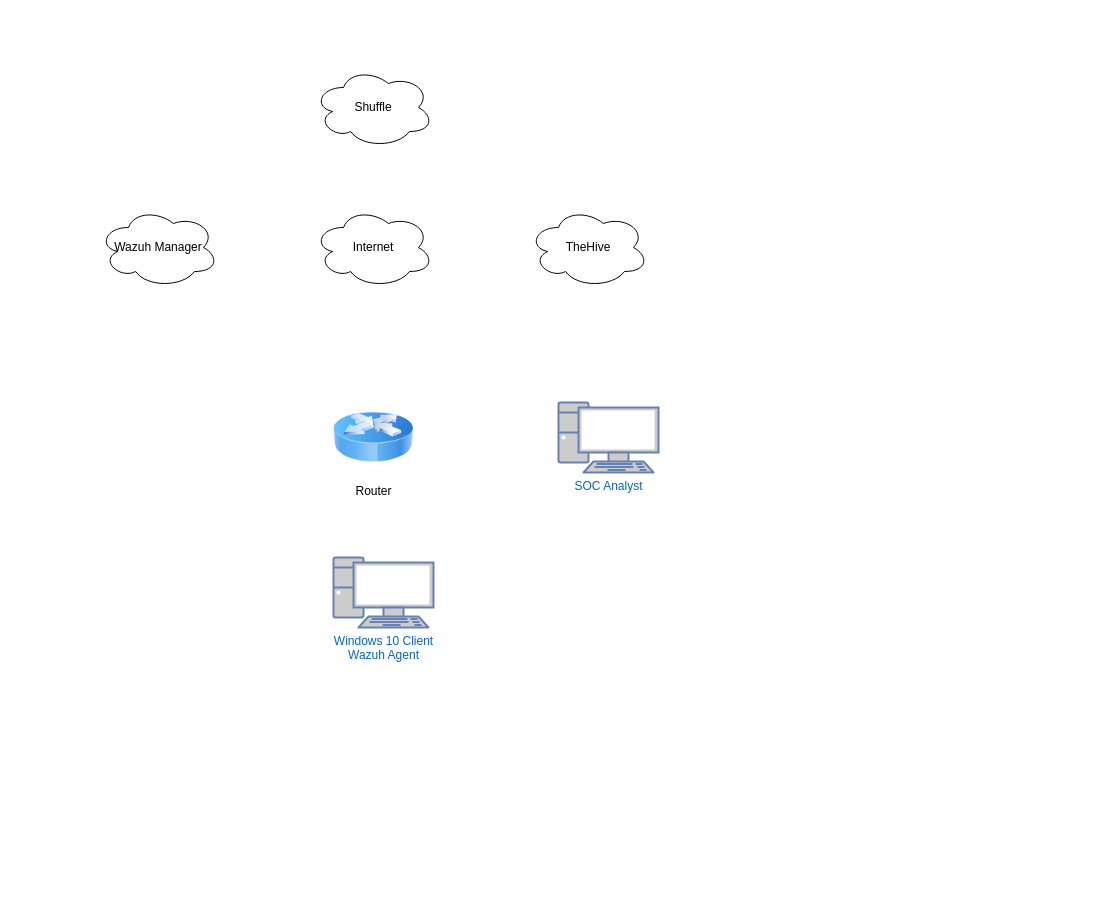
Earlier version of the draw.io diagram SOC Automation Project.drawio (CyberSecureAI/CyberSecureAI). Source tidied: cells renumbered, new cells numbered last; positions are measured from the earlier drawing's top-left corner, leaving out a move shared by most shapes. Both pictures are drawn from the tidied source at 100%, with x=0, y=0 at pixel (98, 67).
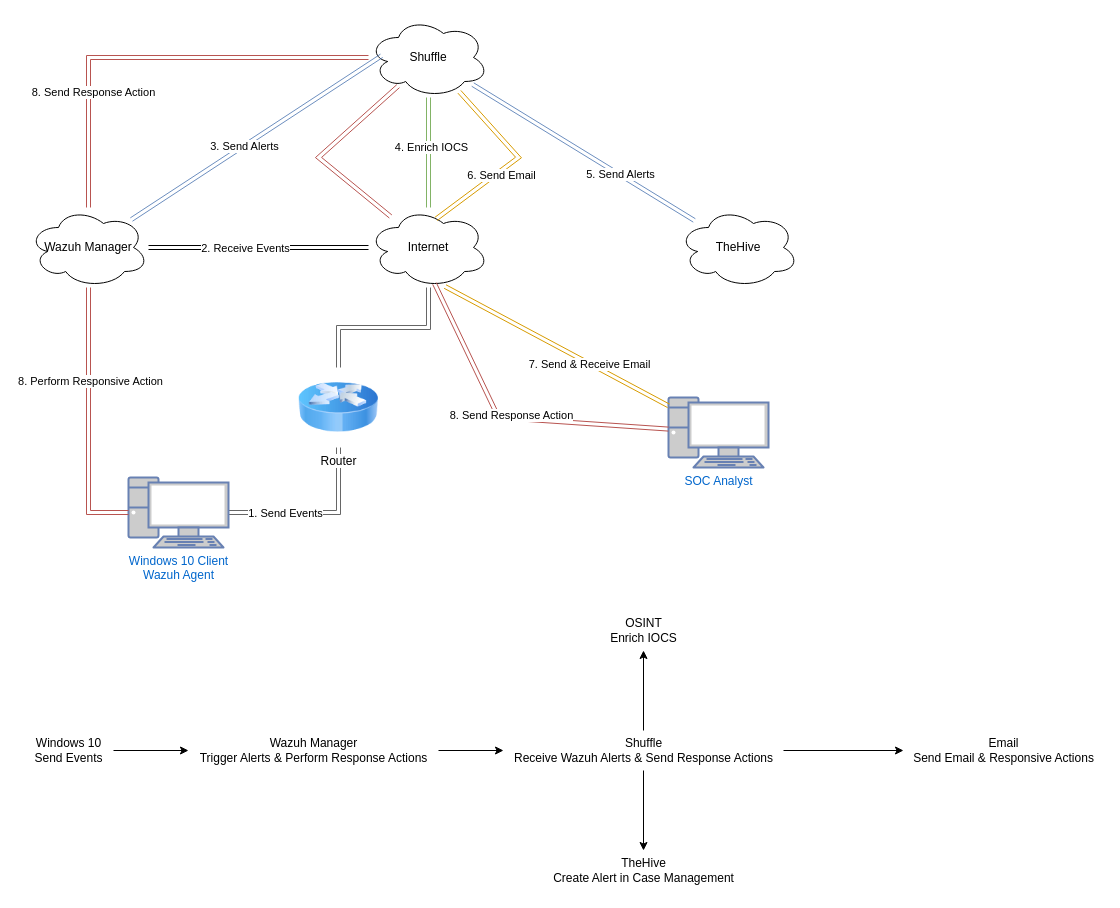
After the change.

Commit message:
Update SOC Automation Project Flow Diagram.drawio

The edit, as a diff of the source:
```diff
@@
+    <mxCell id="9" style="edgeStyle=orthogonalEdgeStyle;rounded=0;jettySize=auto;html=1;startArrow=classic;startFill=1;shape=link;strokeColor=#666666;fillColor=#f5f5f5;" parent="1" edge="1" source="2" target="3">
+      <mxGeometry relative="1" as="geometry" />
+    </mxCell>
+    <mxCell id="10" value="1. Send Events" style="edgeLabel;html=1;align=center;verticalAlign=middle;" parent="9" vertex="1">
+      <mxGeometry x="-0.36" relative="1" as="geometry" />
+    </mxCell>
     <mxCell id="2" value="Windows 10 Client&lt;br&gt;Wazuh Agent" style="fontColor=#0066CC;verticalAlign=top;verticalLabelPosition=bottom;labelPosition=center;align=center;html=1;outlineConnect=0;fillColor=#CCCCCC;strokeColor=#6881B3;gradientColor=none;gradientDirection=north;strokeWidth=2;shape=mxgraph.networks.pc;" parent="1" vertex="1">
-      <mxGeometry x="235" y="490" width="100" height="70" as="geometry" />
+      <mxGeometry x="30" y="410" width="100" height="70" as="geometry" />
     </mxCell>
     <mxCell id="3" value="Router" style="image;html=1;image=img/lib/clip_art/networking/Router_Icon_128x128.png;" parent="1" vertex="1">
-      <mxGeometry x="235" y="330" width="80" height="80" as="geometry" />
+      <mxGeometry x="200" y="300" width="80" height="80" as="geometry" />
     </mxCell>
     <mxCell id="4" value="Wazuh Manager" style="ellipse;shape=cloud;whiteSpace=wrap;html=1;" parent="1" vertex="1">
-      <mxGeometry y="140" width="120" height="80" as="geometry" />
+      <mxGeometry x="-70" y="140" width="120" height="80" as="geometry" />
     </mxCell>
+    <mxCell id="11" style="edgeStyle=orthogonalEdgeStyle;rounded=0;jettySize=auto;html=1;shape=link;" parent="1" edge="1" source="5" target="4">
+      <mxGeometry relative="1" as="geometry" />
+    </mxCell>
+    <mxCell id="12" value="2. Receive Events" style="edgeLabel;html=1;align=center;verticalAlign=middle;" parent="11" vertex="1">
+      <mxGeometry x="0.13" relative="1" as="geometry" />
+    </mxCell>
     <mxCell id="5" value="Internet" style="ellipse;shape=cloud;whiteSpace=wrap;html=1;" parent="1" vertex="1">
-      <mxGeometry x="215" y="140" width="120" height="80" as="geometry" />
+      <mxGeometry x="270" y="140" width="120" height="80" as="geometry" />
     </mxCell>
+    <mxCell id="13" style="edgeStyle=orthogonalEdgeStyle;rounded=0;jettySize=auto;html=1;shape=link;fillColor=#d5e8d4;strokeColor=#82b366;" parent="1" edge="1" source="6" target="5">
+      <mxGeometry relative="1" as="geometry" />
+    </mxCell>
+    <mxCell id="14" value="4. Enrich IOCS" style="edgeLabel;html=1;align=center;verticalAlign=middle;" parent="13" vertex="1">
+      <mxGeometry x="-0.11" y="2" relative="1" as="geometry" />
+    </mxCell>
+    <mxCell id="15" style="rounded=0;jettySize=auto;html=1;shape=link;fillColor=#dae8fc;strokeColor=#6c8ebf;" parent="1" edge="1" source="6" target="7">
+      <mxGeometry relative="1" as="geometry" />
+    </mxCell>
+    <mxCell id="16" value="5. Send Alerts" style="edgeLabel;html=1;align=center;verticalAlign=middle;" parent="15" vertex="1">
+      <mxGeometry x="0.32" y="1" relative="1" as="geometry" />
+    </mxCell>
+    <mxCell id="17" style="edgeStyle=orthogonalEdgeStyle;rounded=0;jettySize=auto;html=1;shape=link;fillColor=#f8cecc;strokeColor=#b85450;" parent="1" edge="1" source="6" target="4">
+      <mxGeometry relative="1" as="geometry" />
+    </mxCell>
+    <mxCell id="18" value="8. Send Response Action" style="edgeLabel;html=1;align=center;verticalAlign=middle;" parent="17" vertex="1">
+      <mxGeometry x="0.46" y="4" relative="1" as="geometry" />
+    </mxCell>
     <mxCell id="6" value="Shuffle" style="ellipse;shape=cloud;whiteSpace=wrap;html=1;" parent="1" vertex="1">
-      <mxGeometry x="215" width="120" height="80" as="geometry" />
+      <mxGeometry x="270" y="-50" width="120" height="80" as="geometry" />
     </mxCell>
     <mxCell id="7" value="TheHive" style="ellipse;shape=cloud;whiteSpace=wrap;html=1;" parent="1" vertex="1">
-      <mxGeometry x="430" y="140" width="120" height="80" as="geometry" />
+      <mxGeometry x="580" y="140" width="120" height="80" as="geometry" />
     </mxCell>
     <mxCell id="8" value="SOC Analyst" style="fontColor=#0066CC;verticalAlign=top;verticalLabelPosition=bottom;labelPosition=center;align=center;html=1;outlineConnect=0;fillColor=#CCCCCC;strokeColor=#6881B3;gradientColor=none;gradientDirection=north;strokeWidth=2;shape=mxgraph.networks.pc;" parent="1" vertex="1">
-      <mxGeometry x="460" y="335" width="100" height="70" as="geometry" />
+      <mxGeometry x="570" y="330" width="100" height="70" as="geometry" />
     </mxCell>
+    <mxCell id="19" style="edgeStyle=orthogonalEdgeStyle;rounded=0;jettySize=auto;html=1;entryX=0.5;entryY=1;entryDx=0;entryDy=0;entryPerimeter=0;shape=link;fillColor=#f5f5f5;strokeColor=#666666;" parent="1" edge="1" source="3" target="5">
+      <mxGeometry relative="1" as="geometry" />
+    </mxCell>
+    <mxCell id="20" style="rounded=0;jettySize=auto;html=1;entryX=0.109;entryY=0.479;entryDx=0;entryDy=0;entryPerimeter=0;shape=link;fillColor=#dae8fc;strokeColor=#6c8ebf;" parent="1" edge="1" source="4" target="6">
+      <mxGeometry relative="1" as="geometry" />
+    </mxCell>
+    <mxCell id="21" value="3. Send Alerts" style="edgeLabel;html=1;align=center;verticalAlign=middle;" parent="20" vertex="1">
+      <mxGeometry x="-0.1" relative="1" as="geometry" />
+    </mxCell>
+    <mxCell id="22" style="rounded=0;jettySize=auto;html=1;entryX=0.563;entryY=0.143;entryDx=0;entryDy=0;entryPerimeter=0;shape=link;fillColor=#ffe6cc;strokeColor=#d79b00;" parent="1" edge="1" source="6" target="5">
+      <mxGeometry relative="1" as="geometry">
+        <Array as="points">
+          <mxPoint x="420" y="90" />
+        </Array>
+      </mxGeometry>
+    </mxCell>
+    <mxCell id="23" value="6. Send Email" style="edgeLabel;html=1;align=center;verticalAlign=middle;" parent="22" vertex="1">
+      <mxGeometry x="0.18" y="3" relative="1" as="geometry" />
+    </mxCell>
+    <mxCell id="24" style="rounded=0;jettySize=auto;html=1;entryX=0.638;entryY=0.988;entryDx=0;entryDy=0;entryPerimeter=0;shape=link;fillColor=#ffe6cc;strokeColor=#d79b00;" parent="1" edge="1" source="8" target="5">
+      <mxGeometry relative="1" as="geometry" />
+    </mxCell>
+    <mxCell id="25" value="7. Send &amp;amp; Receive Email" style="edgeLabel;html=1;align=center;verticalAlign=middle;" parent="24" vertex="1">
+      <mxGeometry x="-0.29" y="1" relative="1" as="geometry" />
+    </mxCell>
+    <mxCell id="26" style="rounded=0;jettySize=auto;html=1;entryX=0.55;entryY=0.95;entryDx=0;entryDy=0;entryPerimeter=0;fillColor=#f8cecc;strokeColor=#b85450;shape=link;" parent="1" edge="1" source="8" target="5">
+      <mxGeometry relative="1" as="geometry">
+        <Array as="points">
+          <mxPoint x="400" y="350" />
+        </Array>
+      </mxGeometry>
+    </mxCell>
+    <mxCell id="27" value="8. Send Response Action" style="edgeLabel;html=1;align=center;verticalAlign=middle;" parent="26" vertex="1">
+      <mxGeometry x="-0.01" y="-3" relative="1" as="geometry" />
+    </mxCell>
+    <mxCell id="28" style="rounded=0;jettySize=auto;html=1;entryX=0.247;entryY=0.858;entryDx=0;entryDy=0;entryPerimeter=0;shape=link;fillColor=#f8cecc;strokeColor=#b85450;" parent="1" edge="1" source="5" target="6">
+      <mxGeometry relative="1" as="geometry">
+        <Array as="points">
+          <mxPoint x="220" y="90" />
+        </Array>
+      </mxGeometry>
+    </mxCell>
+    <mxCell id="29" style="edgeStyle=orthogonalEdgeStyle;rounded=0;jettySize=auto;html=1;entryX=0;entryY=0.5;entryDx=0;entryDy=0;entryPerimeter=0;fillColor=#f8cecc;strokeColor=#b85450;shape=link;" parent="1" edge="1" source="4" target="2">
+      <mxGeometry relative="1" as="geometry" />
+    </mxCell>
+    <mxCell id="30" value="8. Perform Responsive Action" style="edgeLabel;html=1;align=center;verticalAlign=middle;" parent="29" vertex="1">
+      <mxGeometry x="-0.3" y="1" relative="1" as="geometry" />
+    </mxCell>
+    <mxCell id="31" style="edgeStyle=orthogonalEdgeStyle;rounded=0;jettySize=auto;html=1;" parent="1" edge="1" source="32" target="34">
+      <mxGeometry relative="1" as="geometry" />
+    </mxCell>
+    <mxCell id="32" value="Windows 10&lt;br&gt;Send Events" style="text;html=1;align=center;verticalAlign=middle;points=[];strokeColor=none;fillColor=none;" parent="1" vertex="1">
+      <mxGeometry x="-75" y="663" width="90" height="40" as="geometry" />
+    </mxCell>
+    <mxCell id="33" style="edgeStyle=orthogonalEdgeStyle;rounded=0;jettySize=auto;html=1;" parent="1" edge="1" source="34" target="38">
+      <mxGeometry relative="1" as="geometry" />
+    </mxCell>
+    <mxCell id="34" value="Wazuh Manager&lt;br&gt;Trigger Alerts &amp;amp; Perform Response Actions" style="text;html=1;align=center;verticalAlign=middle;points=[];strokeColor=none;fillColor=none;" parent="1" vertex="1">
+      <mxGeometry x="90" y="663" width="250" height="40" as="geometry" />
+    </mxCell>
+    <mxCell id="35" style="edgeStyle=orthogonalEdgeStyle;rounded=0;jettySize=auto;html=1;" parent="1" edge="1" source="38" target="39">
+      <mxGeometry relative="1" as="geometry" />
+    </mxCell>
+    <mxCell id="36" style="edgeStyle=orthogonalEdgeStyle;rounded=0;jettySize=auto;html=1;" parent="1" edge="1" source="38" target="40">
+      <mxGeometry relative="1" as="geometry" />
+    </mxCell>
+    <mxCell id="37" style="edgeStyle=orthogonalEdgeStyle;rounded=0;jettySize=auto;html=1;" parent="1" edge="1" source="38" target="41">
+      <mxGeometry relative="1" as="geometry" />
+    </mxCell>
+    <mxCell id="38" value="Shuffle&lt;br&gt;Receive Wazuh Alerts &amp;amp; Send Response Actions" style="text;html=1;align=center;verticalAlign=middle;points=[];strokeColor=none;fillColor=none;" parent="1" vertex="1">
+      <mxGeometry x="405" y="663" width="280" height="40" as="geometry" />
+    </mxCell>
+    <mxCell id="39" value="OSINT&lt;br&gt;Enrich IOCS" style="text;html=1;align=center;verticalAlign=middle;points=[];strokeColor=none;fillColor=none;" parent="1" vertex="1">
+      <mxGeometry x="500" y="543" width="90" height="40" as="geometry" />
+    </mxCell>
+    <mxCell id="40" value="TheHive&lt;br&gt;Create Alert in Case Management" style="text;html=1;align=center;verticalAlign=middle;points=[];strokeColor=none;fillColor=none;" parent="1" vertex="1">
+      <mxGeometry x="445" y="783" width="200" height="40" as="geometry" />
+    </mxCell>
+    <mxCell id="41" value="Email&lt;br&gt;Send Email &amp;amp; Responsive Actions" style="text;html=1;align=center;verticalAlign=middle;points=[];strokeColor=none;fillColor=none;" parent="1" vertex="1">
+      <mxGeometry x="805" y="663" width="200" height="40" as="geometry" />
+    </mxCell>
```
